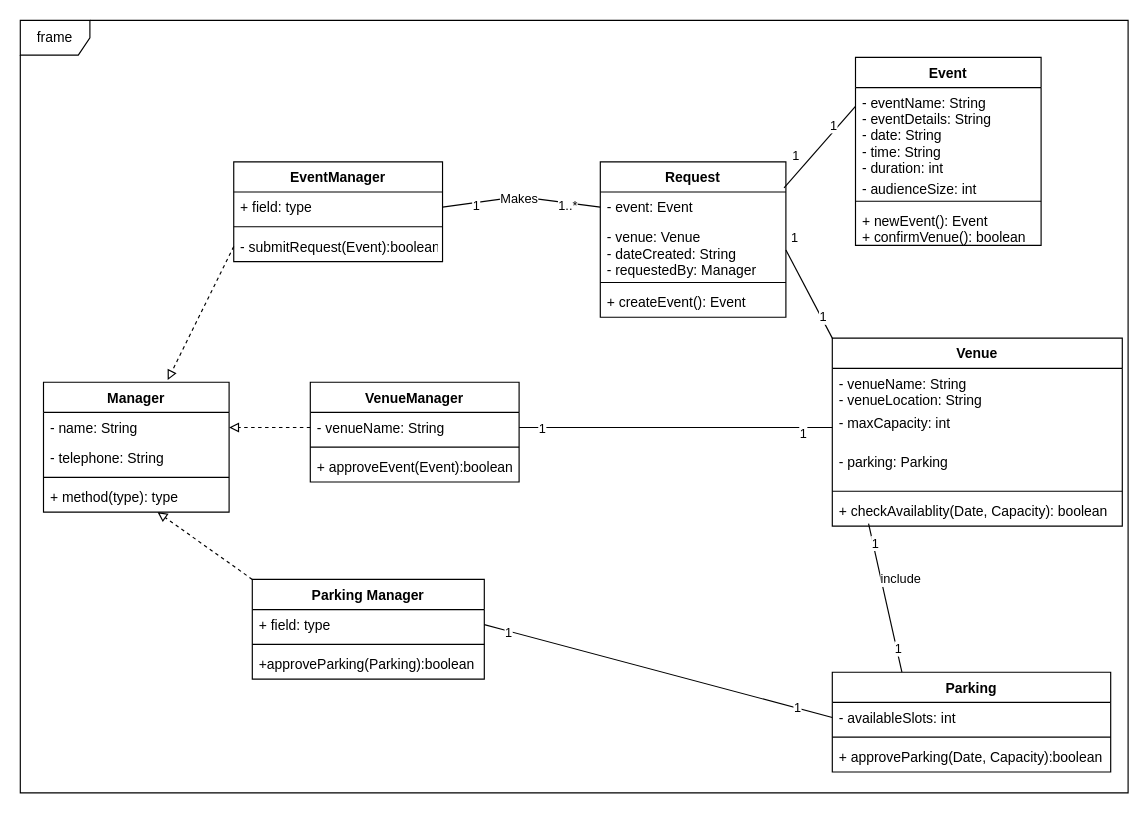
This is week1/Music Venue Use Case.drawio from Darren-ODonnell/BusinessModellingDiagrams, a draw.io file, before an edit. Source tidied: cells renumbered, new cells numbered last; positions are measured from the earlier drawing's top-left corner, leaving out a move shared by most shapes. Both pictures are drawn from the tidied source at 116%, with x=0, y=0 at pixel (20, 20).
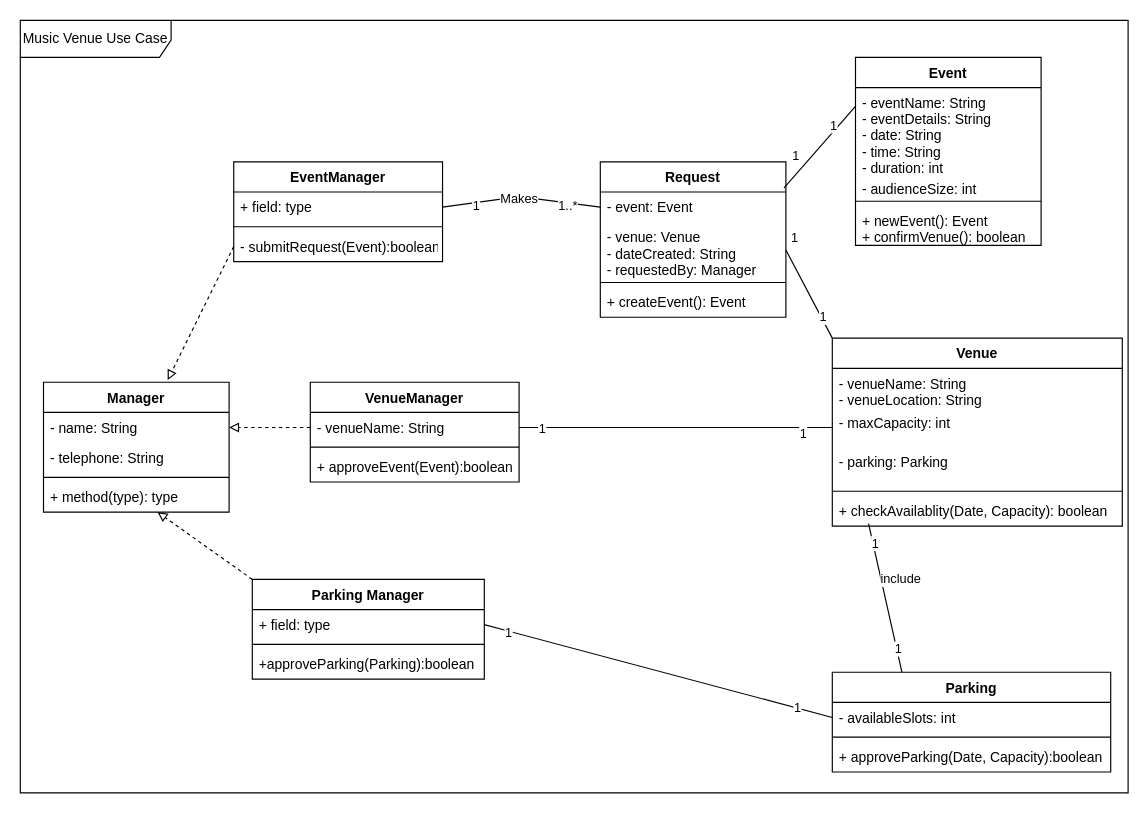
After the change.

Diff of the diagram source:
```diff
@@
-    <mxCell id="2" value="frame" style="shape=umlFrame;whiteSpace=wrap;html=1;fillColor=default;strokeColor=default;fontColor=default;" parent="1" vertex="1">
+    <mxCell id="2" value="Music Venue Use Case" style="shape=umlFrame;whiteSpace=wrap;html=1;fillColor=default;strokeColor=default;fontColor=default;width=130;height=32;" parent="1" vertex="1">
       <mxGeometry width="955" height="666" as="geometry" />
     </mxCell>
```
